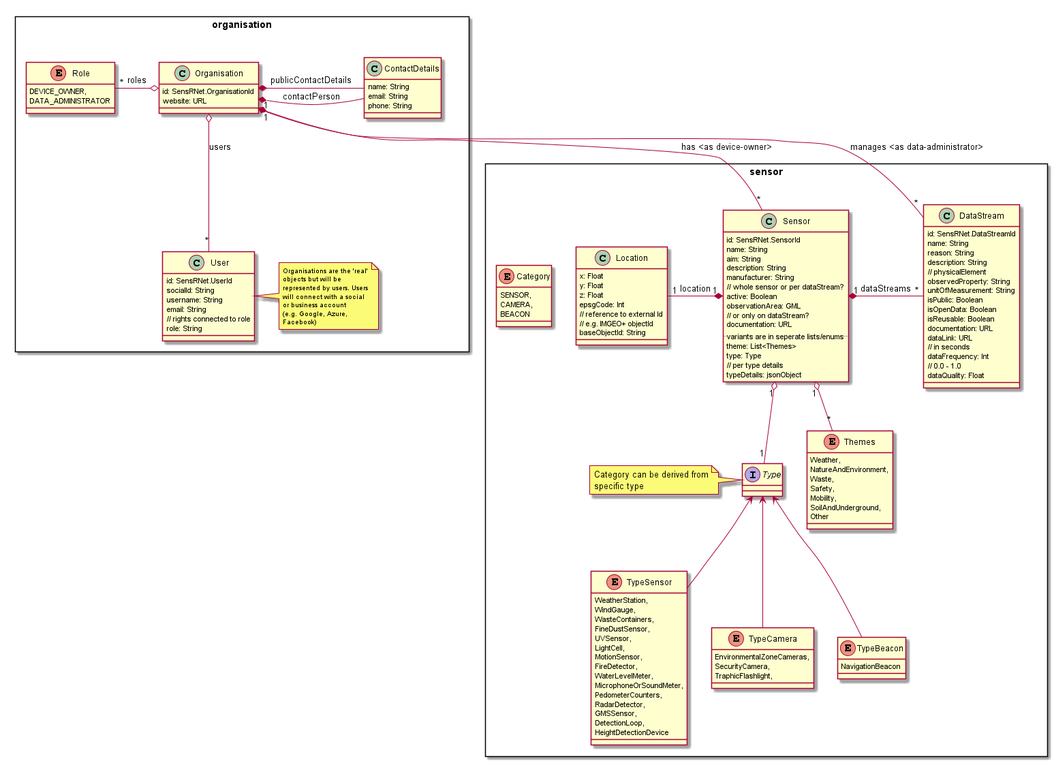
This is images/SensRNet-UML-Model.png from kadaster-labs/sensrnet-home, a PlantUML export, as it was before one commit.
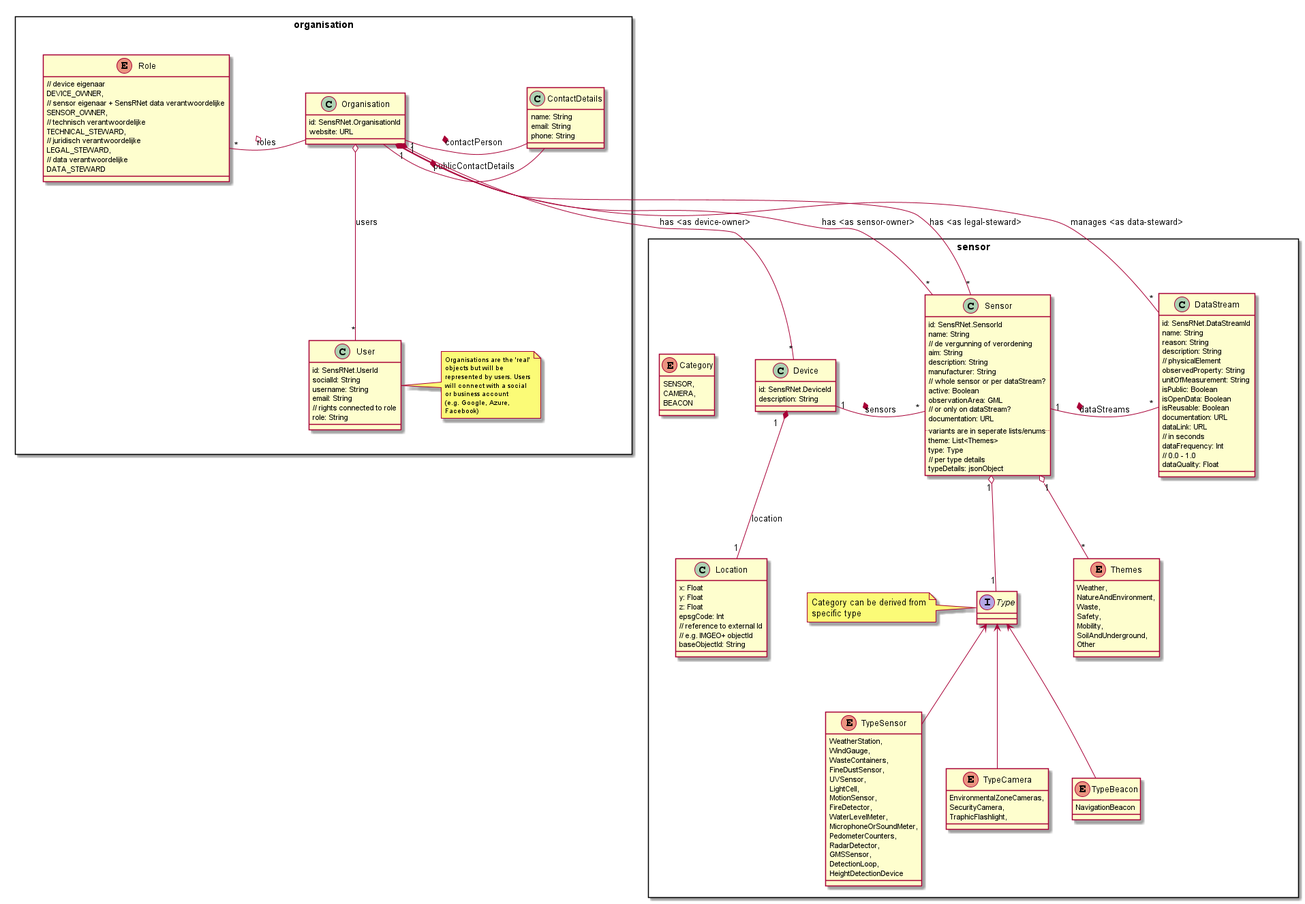
Later version of the same file.

Commit message:
organisation roles with owners and stewards

Change to the diagram source:
```diff
@@ -18,8 +18,16 @@
     }
 
     enum Role {
+        // device eigenaar
         DEVICE_OWNER,
-        DATA_ADMINISTRATOR
+        // sensor eigenaar + SensRNet data verantwoordelijke
+        SENSOR_OWNER,
+        // technisch verantwoordelijke
+        TECHNICAL_STEWARD,
+        // juridisch verantwoordelijke
+        LEGAL_STEWARD,
+        // data verantwoordelijke
+        DATA_STEWARD
     }
 
     class User {
@@ -47,9 +55,16 @@
 
 package sensor <<Rectangle>> {
     together {
+
+        class Device {
+            id: SensRNet.DeviceId
+            description: String
+        }
+
         class Sensor {
             id: SensRNet.SensorId
             name: String
+            // de vergunning of verordening
             aim: String
             description: String
             manufacturer: String
@@ -147,7 +162,8 @@
         baseObjectId: String
     }
 
-    Sensor "1" *- "1" Location : location
+    Device "1" *-- "1" Location : location
+    Device "1" *- "*" Sensor : sensors
     Sensor "1" *- "*" DataStream : dataStreams
 
     Sensor "1" o-- "*" Themes
@@ -157,7 +173,9 @@
     Type <-- TypeCamera
 }
 
-Organisation "1" *-- "*" Sensor : has <as device-owner>
-Organisation "1" *-- "*" DataStream : manages <as data-administrator>
+Organisation "1" *-- "*" Device : has <as device-owner>
+Organisation "1" *-- "*" Sensor : has <as sensor-owner>
+Organisation "1" *-- "*" Sensor : has <as legal-steward>
+Organisation "1" *-- "*" DataStream : manages <as data-steward>
 
 @enduml
```
